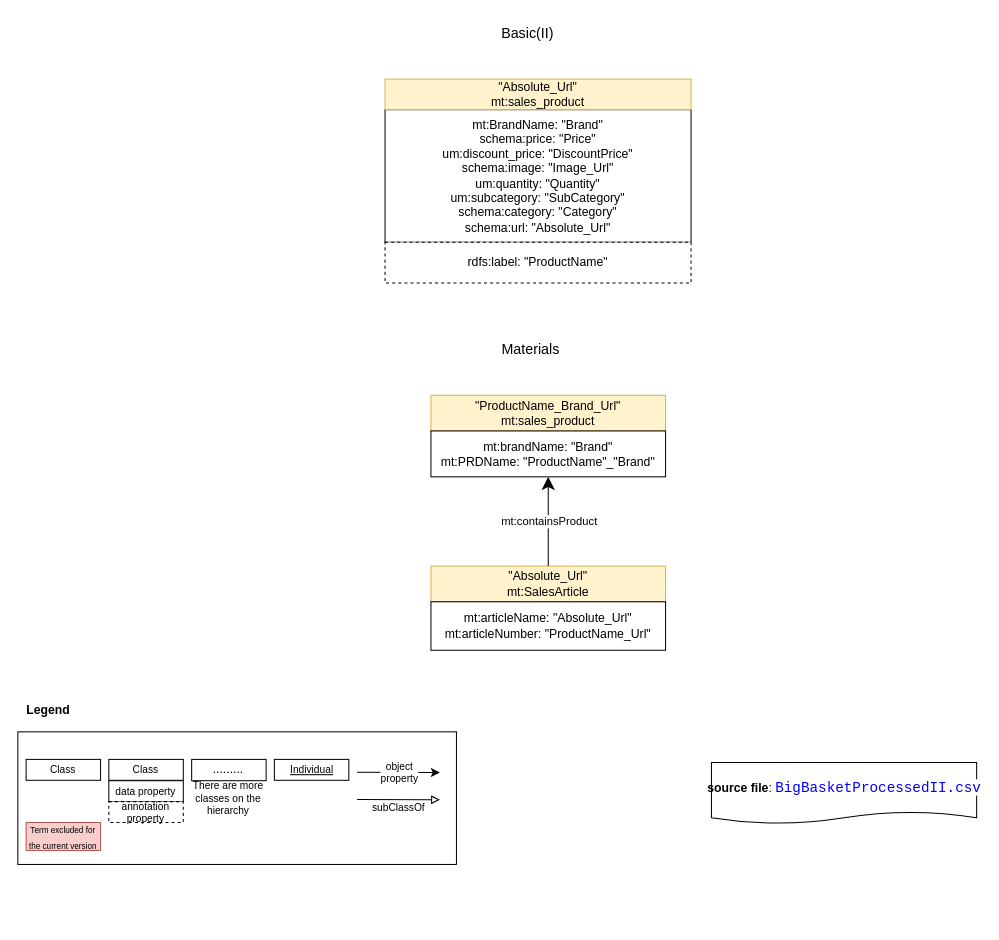
Before: page "Basic-Materials" (9 of 11) of BigBasketProducts/Figures/bigBasketProducts.drawio in tecnomod-um/EvaluationGraphAlignmentMethods, a draw.io diagram. Source tidied: cells renumbered, new cells numbered last; positions are measured from the earlier drawing's top-left corner, leaving out a move shared by most shapes. Both pictures are drawn from the tidied source at 102%, with x=0, y=0 at pixel (17, 17).
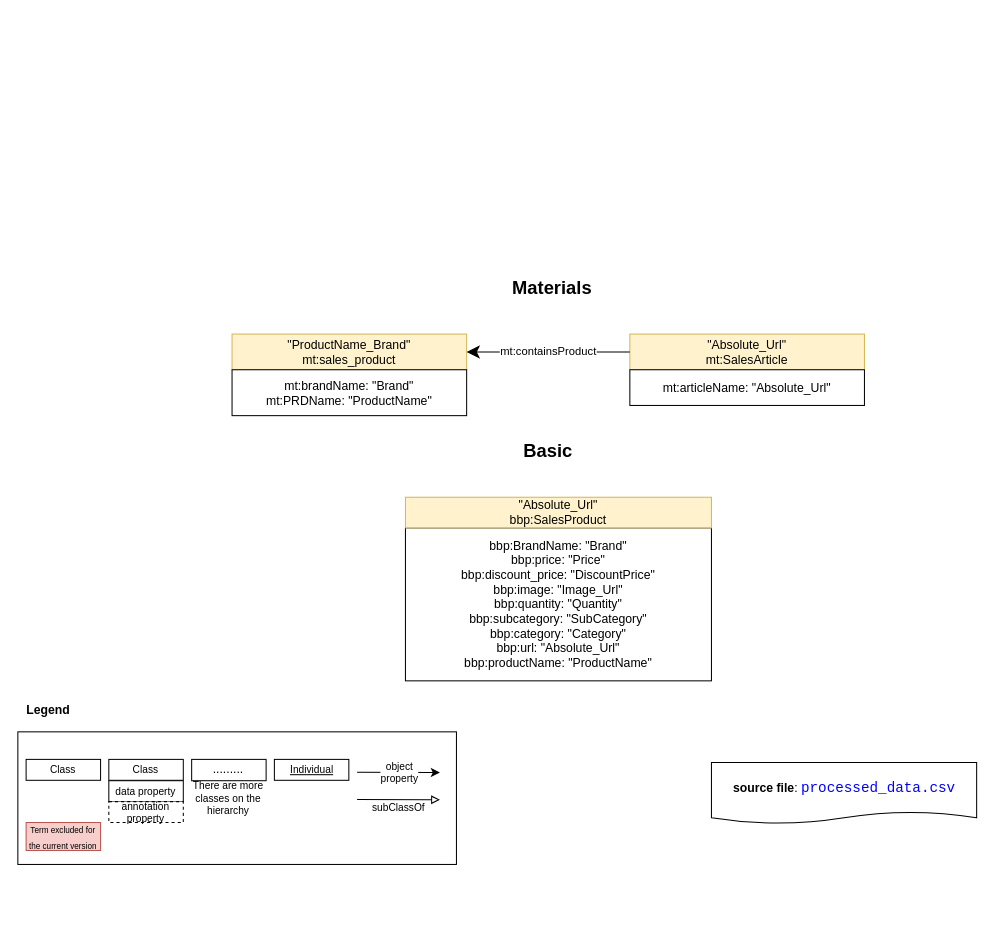
The same diagram, later.

Commit message (it also covers changes not shown here):
Udpate E-Commerce Data readme.md

What changed in the source:
```diff
@@
+    <mxCell id="26" value="&lt;b style=&quot;font-family: helvetica; text-align: left; background-color: initial;&quot;&gt;source file&lt;/b&gt;&lt;span style=&quot;font-family: helvetica; text-align: left; background-color: initial;&quot;&gt;: &lt;/span&gt;&lt;span style=&quot;color: rgb(0, 0, 255); background-color: rgb(255, 255, 255); font-family: Consolas, &amp;quot;Courier New&amp;quot;, monospace; font-size: 14px;&quot;&gt;processed_data.csv&lt;/span&gt;" style="shape=document;html=1;boundedLbl=1;rounded=0;sketch=0;flipH=0;flipV=0;labelPosition=center;verticalLabelPosition=middle;align=center;verticalAlign=middle;spacingLeft=0;size=0.19093851132686085;labelBackgroundColor=none;" parent="1" vertex="1">
+      <mxGeometry x="680" y="730" width="260" height="60" as="geometry" />
+    </mxCell>
+    <mxCell id="27" value="bbp:BrandName: &quot;Brand&quot;&lt;br&gt;bbp:price: &quot;Price&quot;&lt;br&gt;bbp:discount_price: &quot;DiscountPrice&quot;&lt;br&gt;bbp:image: &quot;Image_Url&quot;&lt;br&gt;bbp:quantity: &quot;Quantity&quot;&lt;br&gt;bbp:subcategory: &quot;SubCategory&quot;&lt;br&gt;bbp:category: &quot;Category&quot;&lt;br&gt;bbp:url: &quot;Absolute_Url&quot;&lt;br&gt;bbp:productName: &quot;ProductName&quot;" style="rounded=0;whiteSpace=wrap;html=1;" parent="1" vertex="1">
+      <mxGeometry x="380" y="500" width="300" height="150" as="geometry" />
+    </mxCell>
+    <mxCell id="28" value="&quot;Absolute_Url&quot;&lt;br&gt;bbp:SalesProduct" style="rounded=0;whiteSpace=wrap;html=1;labelBackgroundColor=none;fillColor=#fff2cc;strokeColor=#d6b656;noLabel=0;" parent="1" vertex="1">
+      <mxGeometry x="380" y="470" width="300" height="30" as="geometry" />
+    </mxCell>
+    <mxCell id="29" value="&lt;b&gt;&lt;font style=&quot;font-size: 18px;&quot;&gt;Basic&lt;/font&gt;&lt;/b&gt;" style="text;html=1;strokeColor=none;fillColor=none;align=center;verticalAlign=middle;whiteSpace=wrap;rounded=0;dashed=1;fontSize=14;" parent="1" vertex="1">
+      <mxGeometry x="490" y="410" width="60" height="30" as="geometry" />
+    </mxCell>
-    <mxCell id="15" value="Materials" style="text;html=1;strokeColor=none;fillColor=none;align=center;verticalAlign=middle;whiteSpace=wrap;rounded=0;dashed=1;fontSize=14;" parent="1" vertex="1">
-      <mxGeometry x="472.8" y="310" width="60" height="30" as="geometry" />
+    <mxCell id="15" value="&lt;font style=&quot;font-size: 18px;&quot;&gt;&lt;b&gt;Materials&lt;/b&gt;&lt;/font&gt;" style="text;html=1;strokeColor=none;fillColor=none;align=center;verticalAlign=middle;whiteSpace=wrap;rounded=0;dashed=1;fontSize=14;" parent="1" vertex="1">
+      <mxGeometry x="494" y="250" width="60" height="30" as="geometry" />
     </mxCell>
-    <mxCell id="16" value="&lt;b style=&quot;font-family: helvetica; text-align: left; background-color: initial;&quot;&gt;source file&lt;/b&gt;&lt;span style=&quot;font-family: helvetica; text-align: left; background-color: initial;&quot;&gt;:&amp;nbsp;&lt;/span&gt;&lt;span style=&quot;color: rgb(0, 0, 255); background-color: rgb(255, 255, 255); font-family: Consolas, &amp;quot;Courier New&amp;quot;, monospace; font-size: 14px;&quot;&gt;BigBasketProcessedII.csv&lt;/span&gt;" style="shape=document;html=1;boundedLbl=1;rounded=0;sketch=0;flipH=0;flipV=0;labelPosition=center;verticalLabelPosition=middle;align=center;verticalAlign=middle;spacingLeft=0;size=0.19093851132686085;labelBackgroundColor=none;" parent="1" vertex="1">
-      <mxGeometry x="680" y="730" width="260" height="60" as="geometry" />
-    </mxCell>
     <mxCell id="17" value="&quot;Absolute_Url&quot;&lt;br&gt;mt:SalesArticle" style="rounded=0;whiteSpace=wrap;html=1;labelBackgroundColor=none;fillColor=#fff2cc;strokeColor=#d6b656;noLabel=0;" parent="1" vertex="1">
-      <mxGeometry x="405" y="537.5" width="230" height="35" as="geometry" />
+      <mxGeometry x="600" y="310" width="230" height="35" as="geometry" />
     </mxCell>
-    <mxCell id="18" value="mt:articleName: &quot;Absolute_Url&quot;&lt;br&gt;mt:articleNumber: &quot;ProductName_Url&quot;" style="rounded=0;whiteSpace=wrap;html=1;" parent="1" vertex="1">
-      <mxGeometry x="405" y="572.5" width="230" height="47.5" as="geometry" />
-    </mxCell>
-    <mxCell id="19" value="&quot;ProductName_Brand_Url&quot;&lt;br&gt;mt:sales_product" style="rounded=0;whiteSpace=wrap;html=1;labelBackgroundColor=none;fillColor=#fff2cc;strokeColor=#d6b656;noLabel=0;" parent="1" vertex="1">
-      <mxGeometry x="405" y="370" width="230" height="35" as="geometry" />
-    </mxCell>
-    <mxCell id="20" value="mt:brandName: &quot;Brand&quot;&lt;br&gt;mt:PRDName: &quot;ProductName&quot;_&quot;Brand&quot;" style="rounded=0;whiteSpace=wrap;html=1;" parent="1" vertex="1">
-      <mxGeometry x="405" y="405" width="230" height="45" as="geometry" />
-    </mxCell>
+    <mxCell id="30" value="mt:articleName: &quot;Absolute_Url&quot;" style="rounded=0;whiteSpace=wrap;html=1;" parent="1" vertex="1">
+      <mxGeometry x="600" y="345" width="230" height="35" as="geometry" />
+    </mxCell>
+    <mxCell id="31" value="&quot;ProductName_Brand&quot;&lt;br&gt;mt:sales_product" style="rounded=0;whiteSpace=wrap;html=1;labelBackgroundColor=none;fillColor=#fff2cc;strokeColor=#d6b656;noLabel=0;" parent="1" vertex="1">
+      <mxGeometry x="210" y="310" width="230" height="35" as="geometry" />
+    </mxCell>
+    <mxCell id="32" value="mt:brandName: &quot;Brand&quot;&lt;br&gt;mt:PRDName: &quot;ProductName&quot;" style="rounded=0;whiteSpace=wrap;html=1;" parent="1" vertex="1">
+      <mxGeometry x="210" y="345" width="230" height="45" as="geometry" />
+    </mxCell>
-    <mxCell id="21" value="mt:containsProduct" style="endArrow=classic;html=1;exitX=0.5;exitY=0;exitDx=0;exitDy=0;entryX=0.5;entryY=1;entryDx=0;entryDy=0;rounded=0;endSize=10;startArrow=none;startFill=0;startSize=7;" parent="1" edge="1" source="17" target="20">
+    <mxCell id="21" value="mt:containsProduct" style="endArrow=classic;html=1;exitX=0;exitY=0.5;exitDx=0;exitDy=0;entryX=1;entryY=0.5;entryDx=0;entryDy=0;rounded=0;endSize=10;startArrow=none;startFill=0;startSize=7;" parent="1" edge="1" source="17" target="31">
       <mxGeometry y="-1" relative="1" as="geometry" />
     </mxCell>
-    <mxCell id="22" value="mt:BrandName: &quot;Brand&quot;&lt;br&gt;schema:price: &quot;Price&quot;&lt;br&gt;um:discount_price: &quot;DiscountPrice&quot;&lt;br&gt;schema:image: &quot;Image_Url&quot;&lt;br&gt;um:quantity: &quot;Quantity&quot;&lt;br&gt;um:subcategory: &quot;SubCategory&quot;&lt;br&gt;schema:category: &quot;Category&quot;&lt;br&gt;schema:url: &quot;Absolute_Url&quot;" style="rounded=0;whiteSpace=wrap;html=1;" parent="1" vertex="1">
-      <mxGeometry x="360" y="90" width="300" height="130" as="geometry" />
-    </mxCell>
-    <mxCell id="23" value="&quot;Absolute_Url&quot;&lt;br&gt;mt:sales_product" style="rounded=0;whiteSpace=wrap;html=1;labelBackgroundColor=none;fillColor=#fff2cc;strokeColor=#d6b656;noLabel=0;" parent="1" vertex="1">
-      <mxGeometry x="360" y="60" width="300" height="30" as="geometry" />
-    </mxCell>
-    <mxCell id="24" value="rdfs:label: &quot;ProductName&quot;" style="rounded=0;whiteSpace=wrap;html=1;dashed=1;" parent="1" vertex="1">
-      <mxGeometry x="360" y="220" width="300" height="40" as="geometry" />
-    </mxCell>
-    <mxCell id="25" value="Basic(II)" style="text;html=1;strokeColor=none;fillColor=none;align=center;verticalAlign=middle;whiteSpace=wrap;rounded=0;dashed=1;fontSize=14;" parent="1" vertex="1">
-      <mxGeometry x="470" width="60" height="30" as="geometry" />
-    </mxCell>
```
